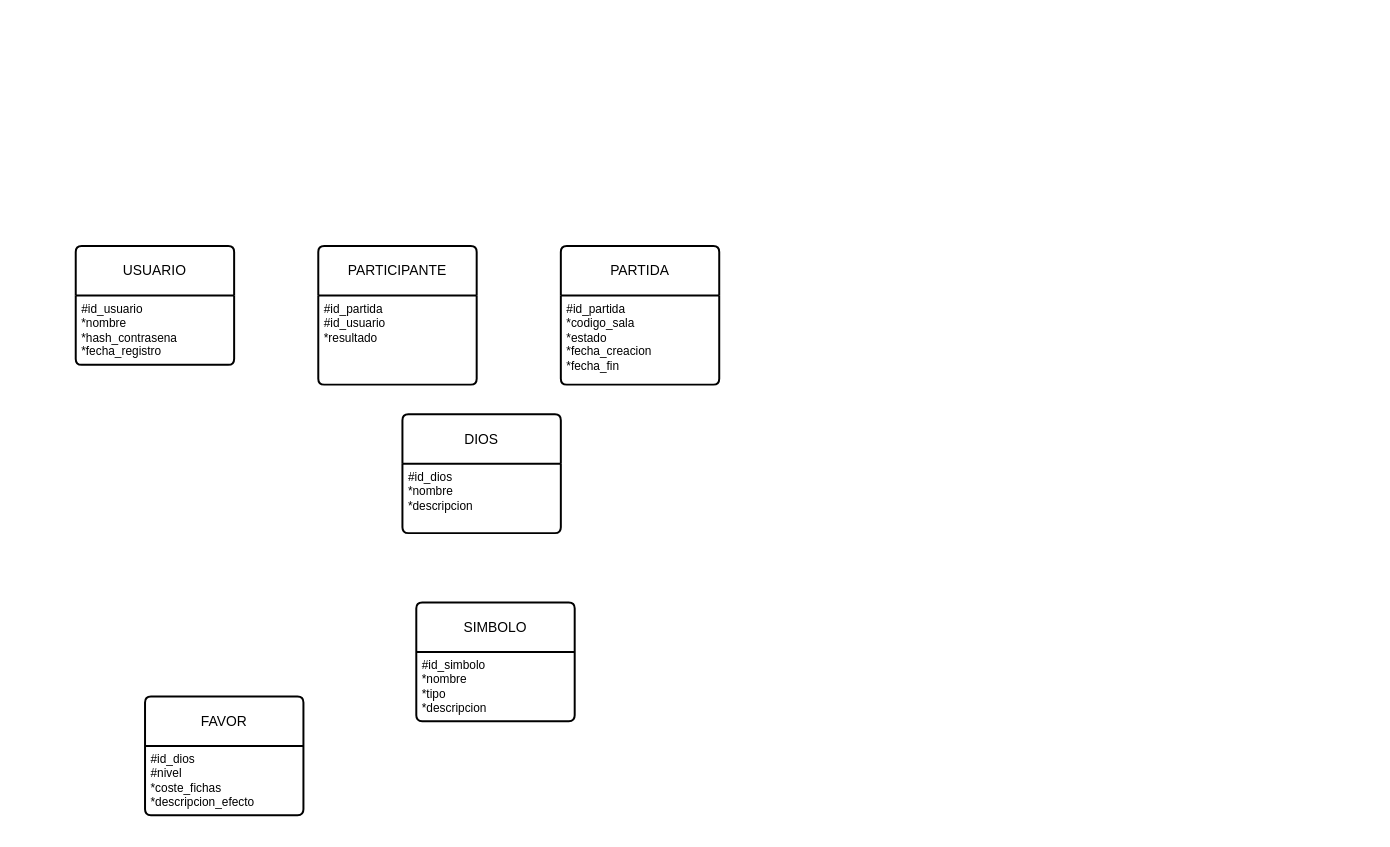
This is page "modelo-er" (1 of 3) of diagrams/modelado-proyecto-orlog.drawio from observadoro/mer, a draw.io file, before an edit. Source tidied: cells renumbered, new cells numbered last; positions are measured from the earlier drawing's top-left corner, leaving out a move shared by most shapes. Both pictures are drawn from the tidied source at 99%, with x=0, y=0 at pixel (75, 246).
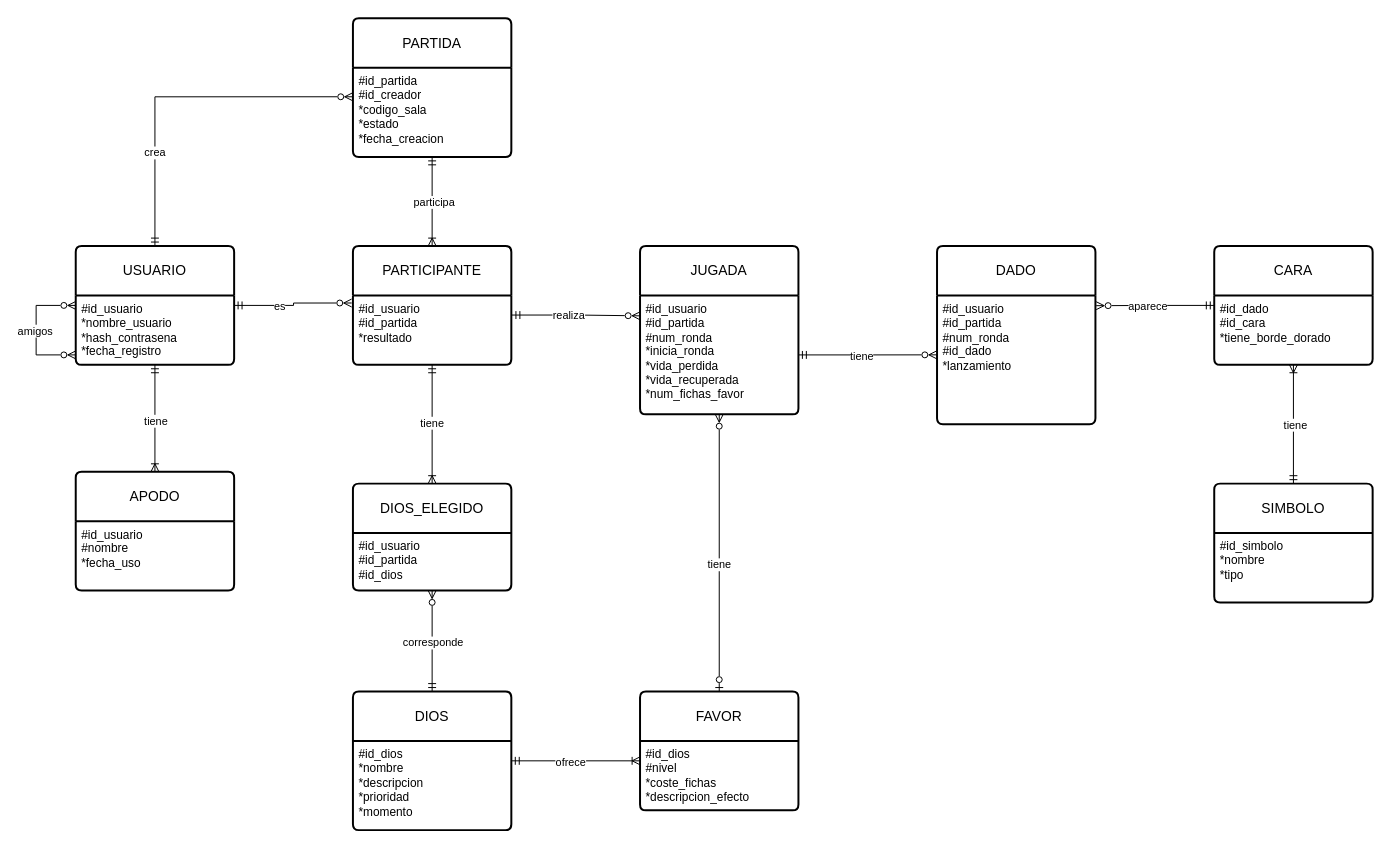
Above is the later version.

The change refers to these unchanged cells:
```xml
<mxCell id="2" value="USUARIO" style="swimlane;horizontal=1;startSize=50;rounded=1;fontSize=14;fontStyle=0;strokeWidth=2;shadow=0;dashed=0;align=center;arcSize=4;whiteSpace=wrap;html=1;" parent="1" vertex="1">
  <mxGeometry width="160" height="120" as="geometry" />
</mxCell>
<mxCell id="11" value="&lt;div&gt;#id_dios&lt;/div&gt;&lt;div&gt;#nivel&lt;/div&gt;&lt;div&gt;*coste_fichas&lt;/div&gt;&lt;div&gt;*descripcion_efecto&lt;/div&gt;&lt;div&gt;&lt;br&gt;&lt;/div&gt;" style="align=left;strokeColor=none;fillColor=none;spacingLeft=4;spacingRight=4;fontSize=12;verticalAlign=top;html=1;whiteSpace=wrap;" parent="10" vertex="1">
  <mxGeometry y="50" width="160" height="70" as="geometry" />
</mxCell>
```

Diff of the diagram source:
```diff
@@
+    <mxCell id="14" style="edgeStyle=orthogonalEdgeStyle;rounded=0;jettySize=auto;html=1;entryX=0.5;entryY=0;entryDx=0;entryDy=0;defaultLabelBackgroundColor=page;endArrow=ERoneToMany;endFill=0;startArrow=ERmandOne;startFill=0;" parent="1" edge="1" source="2" target="24">
+      <mxGeometry relative="1" as="geometry" />
+    </mxCell>
+    <mxCell id="15" value="tiene" style="edgeLabel;html=1;align=center;verticalAlign=middle;inheritText=1;defaultLabelBackgroundColor=page;" parent="14" vertex="1">
+      <mxGeometry x="0.04" relative="1" as="geometry" />
+    </mxCell>
@@
-    <mxCell id="3" value="#id_usuario&lt;div&gt;*nombre&lt;/div&gt;&lt;div&gt;*hash_contrasena&lt;/div&gt;&lt;div&gt;*fecha_registro&lt;/div&gt;" style="align=left;strokeColor=none;fillColor=none;spacingLeft=4;spacingRight=4;fontSize=12;verticalAlign=top;html=1;whiteSpace=wrap;" parent="2" vertex="1">
+    <mxCell id="3" value="#id_usuario&lt;div&gt;*nombre_usuario&lt;/div&gt;&lt;div&gt;*hash_contrasena&lt;/div&gt;&lt;div&gt;*fecha_registro&lt;/div&gt;" style="align=left;strokeColor=none;fillColor=none;spacingLeft=4;spacingRight=4;fontSize=12;verticalAlign=top;html=1;whiteSpace=wrap;" parent="2" vertex="1">
       <mxGeometry y="50" width="160" height="70" as="geometry" />
     </mxCell>
+    <mxCell id="16" style="edgeStyle=orthogonalEdgeStyle;rounded=0;jettySize=auto;html=1;defaultLabelBackgroundColor=page;entryX=0;entryY=0.857;entryDx=0;entryDy=0;entryPerimeter=0;startArrow=ERzeroToMany;startFill=0;endArrow=ERzeroToMany;endFill=0;" parent="2" edge="1" source="2" target="3">
+      <mxGeometry x="-0.08" relative="1" as="geometry">
+        <Array as="points">
+          <mxPoint x="-40" y="60" />
+          <mxPoint x="-40" y="110" />
+        </Array>
+      </mxGeometry>
+    </mxCell>
+    <mxCell id="17" value="amigos" style="edgeLabel;html=1;align=center;verticalAlign=middle;inheritText=1;defaultLabelBackgroundColor=page;" parent="16" vertex="1">
+      <mxGeometry y="-2" relative="1" as="geometry" />
+    </mxCell>
+    <mxCell id="18" style="edgeStyle=orthogonalEdgeStyle;rounded=0;jettySize=auto;html=1;entryX=0.5;entryY=0;entryDx=0;entryDy=0;defaultLabelBackgroundColor=page;endArrow=ERoneToMany;endFill=0;startArrow=ERmandOne;startFill=0;" parent="1" edge="1" source="4" target="12">
+      <mxGeometry relative="1" as="geometry" />
+    </mxCell>
+    <mxCell id="19" value="participa" style="edgeLabel;html=1;align=center;verticalAlign=middle;inheritText=1;defaultLabelBackgroundColor=page;" parent="18" vertex="1">
+      <mxGeometry x="-0.01" y="1" relative="1" as="geometry" />
+    </mxCell>
     <mxCell id="4" value="PARTIDA" style="swimlane;horizontal=1;startSize=50;rounded=1;fontSize=14;fontStyle=0;strokeWidth=2;shadow=0;dashed=0;align=center;arcSize=4;whiteSpace=wrap;html=1;" parent="1" vertex="1">
-      <mxGeometry x="490" width="160" height="140" as="geometry" />
+      <mxGeometry x="280" y="-230" width="160" height="140" as="geometry" />
     </mxCell>
-    <mxCell id="5" value="#id_partida&lt;div&gt;*codigo_sala&lt;/div&gt;&lt;div&gt;*estado&lt;/div&gt;&lt;div&gt;*fecha_creacion&lt;/div&gt;&lt;div&gt;*fecha_fin&lt;/div&gt;" style="align=left;strokeColor=none;fillColor=none;spacingLeft=4;spacingRight=4;fontSize=12;verticalAlign=top;html=1;whiteSpace=wrap;" parent="4" vertex="1">
+    <mxCell id="5" value="#id_partida&lt;div&gt;#id_creador&lt;br&gt;&lt;div&gt;*codigo_sala&lt;/div&gt;&lt;div&gt;*estado&lt;/div&gt;&lt;div&gt;*fecha_creacion&lt;/div&gt;&lt;div&gt;&lt;br&gt;&lt;/div&gt;&lt;/div&gt;" style="align=left;strokeColor=none;fillColor=none;spacingLeft=4;spacingRight=4;fontSize=12;verticalAlign=top;html=1;whiteSpace=wrap;" parent="4" vertex="1">
       <mxGeometry y="50" width="160" height="90" as="geometry" />
     </mxCell>
+    <mxCell id="20" style="edgeStyle=orthogonalEdgeStyle;rounded=0;jettySize=auto;html=1;defaultLabelBackgroundColor=page;entryX=0;entryY=0.286;entryDx=0;entryDy=0;entryPerimeter=0;endArrow=ERoneToMany;endFill=0;startArrow=ERmandOne;startFill=0;" parent="1" edge="1" source="6" target="11">
+      <mxGeometry relative="1" as="geometry" />
+    </mxCell>
+    <mxCell id="21" value="ofrece" style="edgeLabel;html=1;align=center;verticalAlign=middle;inheritText=1;defaultLabelBackgroundColor=page;" parent="20" vertex="1">
+      <mxGeometry x="-0.1" y="-1" relative="1" as="geometry" />
+    </mxCell>
     <mxCell id="6" value="DIOS" style="swimlane;horizontal=1;startSize=50;rounded=1;fontSize=14;fontStyle=0;strokeWidth=2;shadow=0;dashed=0;align=center;arcSize=4;whiteSpace=wrap;html=1;" parent="1" vertex="1">
-      <mxGeometry x="330" y="170" width="160" height="120" as="geometry" />
+      <mxGeometry x="280" y="450" width="160" height="140" as="geometry" />
     </mxCell>
-    <mxCell id="7" value="#id_dios&lt;div&gt;*nombre&lt;/div&gt;&lt;div&gt;*descripcion&lt;/div&gt;&lt;div&gt;&lt;br&gt;&lt;/div&gt;" style="align=left;strokeColor=none;fillColor=none;spacingLeft=4;spacingRight=4;fontSize=12;verticalAlign=top;html=1;whiteSpace=wrap;" parent="6" vertex="1">
-      <mxGeometry y="50" width="160" height="70" as="geometry" />
+    <mxCell id="7" value="#id_dios&lt;div&gt;*nombre&lt;/div&gt;&lt;div&gt;*descripcion&lt;/div&gt;&lt;div&gt;*prioridad&lt;/div&gt;&lt;div&gt;*momento&lt;/div&gt;" style="align=left;strokeColor=none;fillColor=none;spacingLeft=4;spacingRight=4;fontSize=12;verticalAlign=top;html=1;whiteSpace=wrap;" parent="6" vertex="1">
+      <mxGeometry y="50" width="160" height="90" as="geometry" />
     </mxCell>
     <mxCell id="8" value="SIMBOLO" style="swimlane;horizontal=1;startSize=50;rounded=1;fontSize=14;fontStyle=0;strokeWidth=2;shadow=0;dashed=0;align=center;arcSize=4;whiteSpace=wrap;html=1;" parent="1" vertex="1">
-      <mxGeometry x="344" y="360" width="160" height="120" as="geometry" />
+      <mxGeometry x="1150" y="240" width="160" height="120" as="geometry" />
     </mxCell>
-    <mxCell id="9" value="&lt;div&gt;#id_simbolo&lt;/div&gt;&lt;div&gt;*nombre&lt;/div&gt;&lt;div&gt;*tipo&lt;/div&gt;&lt;div&gt;*descripcion&lt;/div&gt;" style="align=left;strokeColor=none;fillColor=none;spacingLeft=4;spacingRight=4;fontSize=12;verticalAlign=top;html=1;whiteSpace=wrap;" parent="8" vertex="1">
+    <mxCell id="9" value="&lt;div&gt;#id_simbolo&lt;/div&gt;&lt;div&gt;*nombre&lt;/div&gt;&lt;div&gt;*tipo&lt;/div&gt;" style="align=left;strokeColor=none;fillColor=none;spacingLeft=4;spacingRight=4;fontSize=12;verticalAlign=top;html=1;whiteSpace=wrap;" parent="8" vertex="1">
       <mxGeometry y="50" width="160" height="70" as="geometry" />
     </mxCell>
+    <mxCell id="22" style="edgeStyle=orthogonalEdgeStyle;rounded=0;jettySize=auto;html=1;entryX=0.5;entryY=1;entryDx=0;entryDy=0;defaultLabelBackgroundColor=page;endArrow=ERzeroToMany;endFill=0;startArrow=ERzeroToOne;startFill=0;" parent="1" edge="1" source="10" target="29">
+      <mxGeometry relative="1" as="geometry" />
+    </mxCell>
+    <mxCell id="23" value="tiene" style="edgeLabel;html=1;align=center;verticalAlign=middle;inheritText=1;defaultLabelBackgroundColor=page;" parent="22" vertex="1">
+      <mxGeometry x="-0.08" y="1" relative="1" as="geometry" />
+    </mxCell>
     <mxCell id="10" value="FAVOR" style="swimlane;horizontal=1;startSize=50;rounded=1;fontSize=14;fontStyle=0;strokeWidth=2;shadow=0;dashed=0;align=center;arcSize=4;whiteSpace=wrap;html=1;" parent="1" vertex="1">
-      <mxGeometry x="70" y="455" width="160" height="120" as="geometry" />
+      <mxGeometry x="570" y="450" width="160" height="120" as="geometry" />
     </mxCell>
@@
+    <mxCell id="24" value="APODO" style="swimlane;horizontal=1;startSize=50;rounded=1;fontSize=14;fontStyle=0;strokeWidth=2;shadow=0;dashed=0;align=center;arcSize=4;whiteSpace=wrap;html=1;" parent="1" vertex="1">
+      <mxGeometry y="228" width="160" height="120" as="geometry" />
+    </mxCell>
+    <mxCell id="25" value="#id_usuario&lt;div&gt;#nombre&lt;/div&gt;&lt;div&gt;*fecha_uso&lt;/div&gt;" style="align=left;strokeColor=none;fillColor=none;spacingLeft=4;spacingRight=4;fontSize=12;verticalAlign=top;html=1;whiteSpace=wrap;" parent="24" vertex="1">
+      <mxGeometry y="50" width="160" height="70" as="geometry" />
+    </mxCell>
     <mxCell id="12" value="PARTICIPANTE" style="swimlane;horizontal=1;startSize=50;rounded=1;fontSize=14;fontStyle=0;strokeWidth=2;shadow=0;dashed=0;align=center;arcSize=4;whiteSpace=wrap;html=1;" parent="1" vertex="1">
-      <mxGeometry x="245" width="160" height="140" as="geometry" />
+      <mxGeometry x="280" width="160" height="120" as="geometry" />
     </mxCell>
-    <mxCell id="13" value="#id_partida&lt;div&gt;#id_usuario&lt;/div&gt;&lt;div&gt;*resultado&lt;/div&gt;" style="align=left;strokeColor=none;fillColor=none;spacingLeft=4;spacingRight=4;fontSize=12;verticalAlign=top;html=1;whiteSpace=wrap;" parent="12" vertex="1">
-      <mxGeometry y="50" width="160" height="90" as="geometry" />
-    </mxCell>
+    <mxCell id="26" value="#id_usuario&lt;div&gt;#id_partida&lt;/div&gt;&lt;div&gt;*resultado&lt;/div&gt;" style="align=left;strokeColor=none;fillColor=none;spacingLeft=4;spacingRight=4;fontSize=12;verticalAlign=top;html=1;whiteSpace=wrap;" parent="12" vertex="1">
+      <mxGeometry y="50" width="160" height="70" as="geometry" />
+    </mxCell>
+    <mxCell id="27" style="edgeStyle=orthogonalEdgeStyle;rounded=0;jettySize=auto;html=1;entryX=-0.008;entryY=0.108;entryDx=0;entryDy=0;entryPerimeter=0;defaultLabelBackgroundColor=page;endArrow=ERzeroToMany;endFill=0;startArrow=ERmandOne;startFill=0;" parent="1" edge="1" source="2" target="26">
+      <mxGeometry x="-0.02" relative="1" as="geometry" />
+    </mxCell>
+    <mxCell id="28" value="es" style="edgeLabel;html=1;align=center;verticalAlign=middle;inheritText=1;defaultLabelBackgroundColor=page;" parent="27" vertex="1">
+      <mxGeometry x="-0.25" relative="1" as="geometry" />
+    </mxCell>
+    <mxCell id="29" value="JUGADA" style="swimlane;horizontal=1;startSize=50;rounded=1;fontSize=14;fontStyle=0;strokeWidth=2;shadow=0;dashed=0;align=center;arcSize=4;whiteSpace=wrap;html=1;" parent="1" vertex="1">
+      <mxGeometry x="570" width="160" height="170" as="geometry" />
+    </mxCell>
+    <mxCell id="30" value="#id_usuario&lt;div&gt;#id_partida&lt;/div&gt;&lt;div&gt;#num_ronda&lt;/div&gt;&lt;div&gt;*inicia_ronda&lt;/div&gt;&lt;div&gt;*vida_perdida&lt;/div&gt;&lt;div&gt;*vida_recuperada&lt;/div&gt;&lt;div&gt;*num_fichas_favor&lt;/div&gt;" style="align=left;strokeColor=none;fillColor=none;spacingLeft=4;spacingRight=4;fontSize=12;verticalAlign=top;html=1;whiteSpace=wrap;" parent="29" vertex="1">
+      <mxGeometry y="50" width="160" height="120" as="geometry" />
+    </mxCell>
+    <mxCell id="31" style="edgeStyle=orthogonalEdgeStyle;rounded=0;jettySize=auto;html=1;entryX=-0.002;entryY=0.325;entryDx=0;entryDy=0;entryPerimeter=0;defaultLabelBackgroundColor=page;endArrow=ERzeroToMany;endFill=0;startArrow=ERmandOne;startFill=0;" parent="1" edge="1" source="2" target="5">
+      <mxGeometry x="-0.03" relative="1" as="geometry">
+        <Array as="points">
+          <mxPoint x="80" y="-150.7" />
+        </Array>
+      </mxGeometry>
+    </mxCell>
+    <mxCell id="32" value="crea" style="edgeLabel;html=1;align=center;verticalAlign=middle;inheritText=1;defaultLabelBackgroundColor=page;" parent="31" vertex="1">
+      <mxGeometry x="-0.46" y="1" relative="1" as="geometry" />
+    </mxCell>
+    <mxCell id="33" style="edgeStyle=orthogonalEdgeStyle;rounded=0;jettySize=auto;html=1;entryX=0;entryY=0.171;entryDx=0;entryDy=0;entryPerimeter=0;defaultLabelBackgroundColor=page;endArrow=ERzeroToMany;endFill=0;startArrow=ERmandOne;startFill=0;exitX=1.004;exitY=0.282;exitDx=0;exitDy=0;exitPerimeter=0;" parent="1" edge="1" source="26" target="30">
+      <mxGeometry relative="1" as="geometry" />
+    </mxCell>
+    <mxCell id="34" value="realiza" style="edgeLabel;html=1;align=center;verticalAlign=middle;inheritText=1;defaultLabelBackgroundColor=page;" parent="33" vertex="1">
+      <mxGeometry x="-0.13" relative="1" as="geometry" />
+    </mxCell>
+    <mxCell id="35" value="DIOS_ELEGIDO" style="swimlane;horizontal=1;startSize=50;rounded=1;fontSize=14;fontStyle=0;strokeWidth=2;shadow=0;dashed=0;align=center;arcSize=4;whiteSpace=wrap;html=1;" parent="1" vertex="1">
+      <mxGeometry x="280" y="240" width="160" height="108" as="geometry" />
+    </mxCell>
+    <mxCell id="36" value="#id_usuario&lt;div&gt;#id_partida&lt;/div&gt;&lt;div&gt;#id_dios&lt;/div&gt;" style="align=left;strokeColor=none;fillColor=none;spacingLeft=4;spacingRight=4;fontSize=12;verticalAlign=top;html=1;whiteSpace=wrap;" parent="35" vertex="1">
+      <mxGeometry y="50" width="160" height="58" as="geometry" />
+    </mxCell>
+    <mxCell id="37" style="edgeStyle=orthogonalEdgeStyle;rounded=0;jettySize=auto;html=1;entryX=0.5;entryY=0;entryDx=0;entryDy=0;defaultLabelBackgroundColor=page;startArrow=ERmandOne;startFill=0;endArrow=ERoneToMany;endFill=0;" parent="1" edge="1" source="26" target="35">
+      <mxGeometry relative="1" as="geometry" />
+    </mxCell>
+    <mxCell id="38" value="tiene" style="edgeLabel;html=1;align=center;verticalAlign=middle;inheritText=1;defaultLabelBackgroundColor=page;" parent="37" vertex="1">
+      <mxGeometry x="-0.04" y="-1" relative="1" as="geometry" />
+    </mxCell>
+    <mxCell id="39" style="edgeStyle=orthogonalEdgeStyle;rounded=0;jettySize=auto;html=1;entryX=0.5;entryY=0;entryDx=0;entryDy=0;defaultLabelBackgroundColor=page;endArrow=ERmandOne;endFill=0;startArrow=ERzeroToMany;startFill=0;" parent="1" edge="1" source="36" target="6">
+      <mxGeometry relative="1" as="geometry" />
+    </mxCell>
+    <mxCell id="40" value="corresponde" style="edgeLabel;html=1;align=center;verticalAlign=middle;inheritText=1;defaultLabelBackgroundColor=page;" parent="39" vertex="1">
+      <mxGeometry x="0.02" relative="1" as="geometry" />
+    </mxCell>
+    <mxCell id="41" value="DADO" style="swimlane;horizontal=1;startSize=50;rounded=1;fontSize=14;fontStyle=0;strokeWidth=2;shadow=0;dashed=0;align=center;arcSize=4;whiteSpace=wrap;html=1;" parent="1" vertex="1">
+      <mxGeometry x="870" width="160" height="180" as="geometry" />
+    </mxCell>
+    <mxCell id="42" value="#id_usuario&lt;div&gt;#id_partida&lt;/div&gt;&lt;div&gt;#num_ronda&lt;/div&gt;&lt;div&gt;#id_dado&lt;/div&gt;&lt;div&gt;*lanzamiento&lt;/div&gt;" style="align=left;strokeColor=none;fillColor=none;spacingLeft=4;spacingRight=4;fontSize=12;verticalAlign=top;html=1;whiteSpace=wrap;" parent="41" vertex="1">
+      <mxGeometry y="50" width="160" height="130" as="geometry" />
+    </mxCell>
+    <mxCell id="43" style="edgeStyle=orthogonalEdgeStyle;rounded=0;jettySize=auto;html=1;entryX=0.5;entryY=0;entryDx=0;entryDy=0;defaultLabelBackgroundColor=page;startArrow=ERoneToMany;startFill=0;endArrow=ERmandOne;endFill=0;" parent="1" edge="1" source="45" target="8">
+      <mxGeometry relative="1" as="geometry" />
+    </mxCell>
+    <mxCell id="44" value="tiene" style="edgeLabel;html=1;align=center;verticalAlign=middle;inheritText=1;defaultLabelBackgroundColor=page;" parent="43" vertex="1">
+      <mxGeometry y="1" relative="1" as="geometry" />
+    </mxCell>
+    <mxCell id="45" value="CARA" style="swimlane;horizontal=1;startSize=50;rounded=1;fontSize=14;fontStyle=0;strokeWidth=2;shadow=0;dashed=0;align=center;arcSize=4;whiteSpace=wrap;html=1;" parent="1" vertex="1">
+      <mxGeometry x="1150" width="160" height="120" as="geometry" />
+    </mxCell>
+    <mxCell id="46" value="&lt;div&gt;#id_dado&lt;/div&gt;&lt;div&gt;#id_cara&lt;/div&gt;&lt;div&gt;*tiene_borde_dorado&lt;/div&gt;" style="align=left;strokeColor=none;fillColor=none;spacingLeft=4;spacingRight=4;fontSize=12;verticalAlign=top;html=1;whiteSpace=wrap;" parent="45" vertex="1">
+      <mxGeometry y="50" width="160" height="70" as="geometry" />
+    </mxCell>
+    <mxCell id="47" style="edgeStyle=orthogonalEdgeStyle;rounded=0;jettySize=auto;html=1;entryX=1.005;entryY=0.079;entryDx=0;entryDy=0;entryPerimeter=0;defaultLabelBackgroundColor=page;endArrow=ERzeroToMany;endFill=0;startArrow=ERmandOne;startFill=0;" parent="1" edge="1" source="45" target="42">
+      <mxGeometry x="0.01" relative="1" as="geometry" />
+    </mxCell>
+    <mxCell id="48" value="aparece" style="edgeLabel;html=1;align=center;verticalAlign=middle;inheritText=1;defaultLabelBackgroundColor=page;" parent="47" vertex="1">
+      <mxGeometry x="0.13" relative="1" as="geometry" />
+    </mxCell>
+    <mxCell id="49" style="edgeStyle=orthogonalEdgeStyle;rounded=0;jettySize=auto;html=1;entryX=-0.002;entryY=0.461;entryDx=0;entryDy=0;entryPerimeter=0;defaultLabelBackgroundColor=page;startArrow=ERmandOne;startFill=0;endArrow=ERzeroToMany;endFill=0;" parent="1" edge="1" source="30" target="42">
+      <mxGeometry relative="1" as="geometry" />
+    </mxCell>
+    <mxCell id="50" value="tiene" style="edgeLabel;html=1;align=center;verticalAlign=middle;inheritText=1;defaultLabelBackgroundColor=page;" parent="49" vertex="1">
+      <mxGeometry x="-0.1" y="-1" relative="1" as="geometry" />
+    </mxCell>
```
